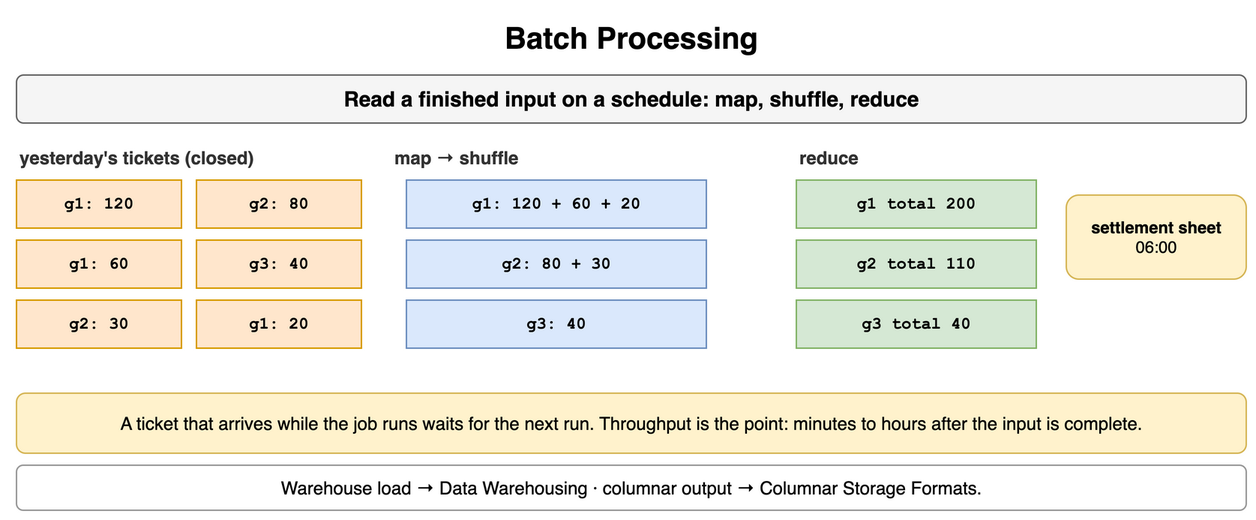
Above: content/09_System_Design_Interview/13_Storage_and_Data_Processing_at_Scale/diagrams/storage-processing-5-batch-processing.png in amendez13/swe-study-guide (draw.io), before the change. Source tidied: cells renumbered, new cells last; positions are measured from the earlier drawing's top-left corner, leaving out a move shared by most shapes. Its diagram source:
```xml
<mxGraphModel>
  <root>
    <mxCell id="0" />
    <mxCell id="1" parent="0" />
    <mxCell id="2" value="Batch Processing" style="text;html=1;align=center;verticalAlign=middle;whiteSpace=wrap;fontSize=20;fontStyle=1;" parent="1" vertex="1">
      <mxGeometry width="820" height="30" as="geometry" />
    </mxCell>
    <mxCell id="3" value="Read a finished input on a schedule: map, shuffle, reduce" style="rounded=1;whiteSpace=wrap;html=1;fillColor=#f5f5f5;strokeColor=#666666;fontStyle=1;fontSize=14;" parent="1" vertex="1">
      <mxGeometry y="40" width="820" height="32" as="geometry" />
    </mxCell>
    <mxCell id="4" value="yesterday's tickets (closed)" style="text;html=1;whiteSpace=wrap;fontSize=11;align=left;verticalAlign=middle;fontSize=12;fontColor=#333333;fontStyle=1;" parent="1" vertex="1">
      <mxGeometry y="86" width="240" height="18" as="geometry" />
    </mxCell>
    <mxCell id="5" value="g1: 120" style="rounded=0;whiteSpace=wrap;html=1;fontFamily=Courier New;fontStyle=1;fontSize=13;fillColor=#ffe6cc;strokeColor=#d79b00;fontSize=11;" parent="1" vertex="1">
      <mxGeometry y="110" width="110" height="32" as="geometry" />
    </mxCell>
    <mxCell id="6" value="g2: 80" style="rounded=0;whiteSpace=wrap;html=1;fontFamily=Courier New;fontStyle=1;fontSize=13;fillColor=#ffe6cc;strokeColor=#d79b00;fontSize=11;" parent="1" vertex="1">
      <mxGeometry x="120" y="110" width="110" height="32" as="geometry" />
    </mxCell>
    <mxCell id="7" value="g1: 60" style="rounded=0;whiteSpace=wrap;html=1;fontFamily=Courier New;fontStyle=1;fontSize=13;fillColor=#ffe6cc;strokeColor=#d79b00;fontSize=11;" parent="1" vertex="1">
      <mxGeometry y="150" width="110" height="32" as="geometry" />
    </mxCell>
    <mxCell id="8" value="g3: 40" style="rounded=0;whiteSpace=wrap;html=1;fontFamily=Courier New;fontStyle=1;fontSize=13;fillColor=#ffe6cc;strokeColor=#d79b00;fontSize=11;" parent="1" vertex="1">
      <mxGeometry x="120" y="150" width="110" height="32" as="geometry" />
    </mxCell>
    <mxCell id="9" value="g2: 30" style="rounded=0;whiteSpace=wrap;html=1;fontFamily=Courier New;fontStyle=1;fontSize=13;fillColor=#ffe6cc;strokeColor=#d79b00;fontSize=11;" parent="1" vertex="1">
      <mxGeometry y="190" width="110" height="32" as="geometry" />
    </mxCell>
    <mxCell id="10" value="g1: 20" style="rounded=0;whiteSpace=wrap;html=1;fontFamily=Courier New;fontStyle=1;fontSize=13;fillColor=#ffe6cc;strokeColor=#d79b00;fontSize=11;" parent="1" vertex="1">
      <mxGeometry x="120" y="190" width="110" height="32" as="geometry" />
    </mxCell>
    <mxCell id="11" value="map → shuffle" style="text;html=1;whiteSpace=wrap;fontSize=11;align=left;verticalAlign=middle;fontSize=12;fontColor=#333333;fontStyle=1;" parent="1" vertex="1">
      <mxGeometry x="250" y="86" width="200" height="18" as="geometry" />
    </mxCell>
    <mxCell id="12" value="g1: 120 + 60 + 20" style="rounded=0;whiteSpace=wrap;html=1;fontFamily=Courier New;fontStyle=1;fontSize=13;fillColor=#dae8fc;strokeColor=#6c8ebf;fontSize=11;" parent="1" vertex="1">
      <mxGeometry x="260" y="110" width="200" height="32" as="geometry" />
    </mxCell>
    <mxCell id="13" value="g1 total 200" style="rounded=0;whiteSpace=wrap;html=1;fontFamily=Courier New;fontStyle=1;fontSize=13;fillColor=#d5e8d4;strokeColor=#82b366;fontSize=11;" parent="1" vertex="1">
      <mxGeometry x="520" y="110" width="160" height="32" as="geometry" />
    </mxCell>
    <mxCell id="14" value="g2: 80 + 30" style="rounded=0;whiteSpace=wrap;html=1;fontFamily=Courier New;fontStyle=1;fontSize=13;fillColor=#dae8fc;strokeColor=#6c8ebf;fontSize=11;" parent="1" vertex="1">
      <mxGeometry x="260" y="150" width="200" height="32" as="geometry" />
    </mxCell>
    <mxCell id="15" value="g2 total 110" style="rounded=0;whiteSpace=wrap;html=1;fontFamily=Courier New;fontStyle=1;fontSize=13;fillColor=#d5e8d4;strokeColor=#82b366;fontSize=11;" parent="1" vertex="1">
      <mxGeometry x="520" y="150" width="160" height="32" as="geometry" />
    </mxCell>
    <mxCell id="16" value="g3: 40" style="rounded=0;whiteSpace=wrap;html=1;fontFamily=Courier New;fontStyle=1;fontSize=13;fillColor=#dae8fc;strokeColor=#6c8ebf;fontSize=11;" parent="1" vertex="1">
      <mxGeometry x="260" y="190" width="200" height="32" as="geometry" />
    </mxCell>
    <mxCell id="17" value="g3 total 40" style="rounded=0;whiteSpace=wrap;html=1;fontFamily=Courier New;fontStyle=1;fontSize=13;fillColor=#d5e8d4;strokeColor=#82b366;fontSize=11;" parent="1" vertex="1">
      <mxGeometry x="520" y="190" width="160" height="32" as="geometry" />
    </mxCell>
    <mxCell id="18" value="reduce" style="text;html=1;whiteSpace=wrap;fontSize=11;align=left;verticalAlign=middle;fontSize=12;fontColor=#333333;fontStyle=1;" parent="1" vertex="1">
      <mxGeometry x="520" y="86" width="160" height="18" as="geometry" />
    </mxCell>
    <mxCell id="19" value="settlement sheet&lt;br&gt;&lt;span style='font-weight:normal'&gt;06:00&lt;/span&gt;" style="rounded=1;whiteSpace=wrap;html=1;fillColor=#fff2cc;strokeColor=#d6b656;fontSize=11;align=center;fontStyle=1;" parent="1" vertex="1">
      <mxGeometry x="700" y="120" width="120" height="56" as="geometry" />
    </mxCell>
    <mxCell id="20" value="A ticket that arrives while the job runs waits for the next run. Throughput is the point: minutes to hours after the input is complete." style="rounded=1;whiteSpace=wrap;html=1;fillColor=#fff2cc;strokeColor=#d6b656;fontSize=12;align=center;" parent="1" vertex="1">
      <mxGeometry y="252" width="820" height="40" as="geometry" />
    </mxCell>
    <mxCell id="21" value="Warehouse load → Data Warehousing · columnar output → Columnar Storage Formats." style="rounded=1;whiteSpace=wrap;html=1;fillColor=#ffffff;strokeColor=#999999;fontSize=12;align=center;" parent="1" vertex="1">
      <mxGeometry y="300" width="820" height="30" as="geometry" />
    </mxCell>
  </root>
</mxGraphModel>
```
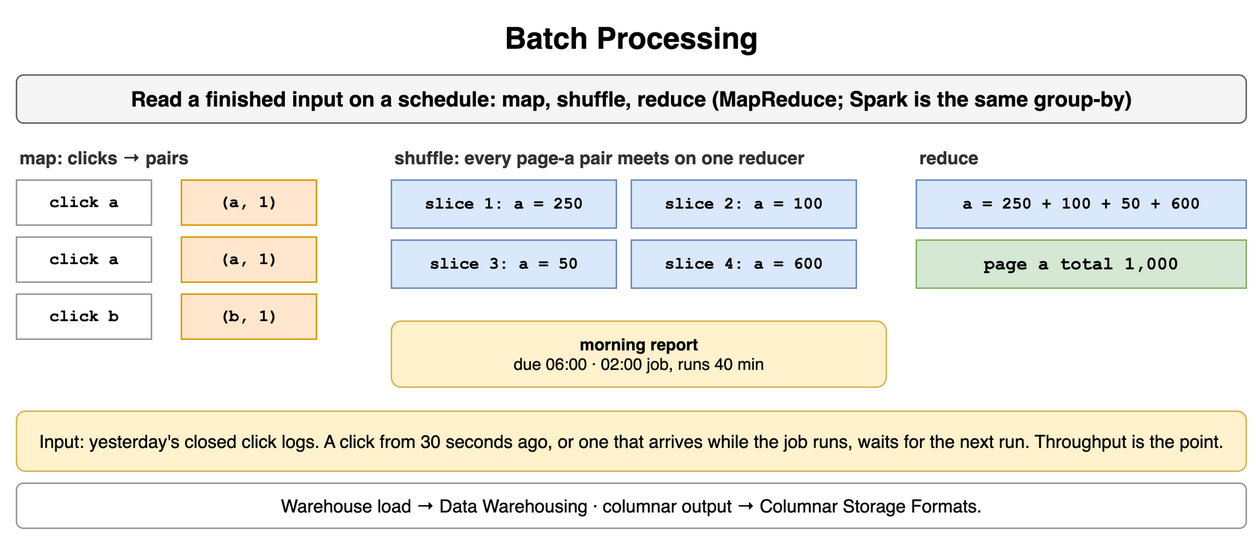
The same diagram one commit later.

The edit, as a diff of the source:
```diff
@@ -5,62 +5,62 @@
     <mxCell id="2" value="Batch Processing" style="text;html=1;align=center;verticalAlign=middle;whiteSpace=wrap;fontSize=20;fontStyle=1;" parent="1" vertex="1">
       <mxGeometry width="820" height="30" as="geometry" />
     </mxCell>
-    <mxCell id="3" value="Read a finished input on a schedule: map, shuffle, reduce" style="rounded=1;whiteSpace=wrap;html=1;fillColor=#f5f5f5;strokeColor=#666666;fontStyle=1;fontSize=14;" parent="1" vertex="1">
+    <mxCell id="3" value="Read a finished input on a schedule: map, shuffle, reduce (MapReduce; Spark is the same group-by)" style="rounded=1;whiteSpace=wrap;html=1;fillColor=#f5f5f5;strokeColor=#666666;fontStyle=1;fontSize=14;" parent="1" vertex="1">
       <mxGeometry y="40" width="820" height="32" as="geometry" />
     </mxCell>
-    <mxCell id="4" value="yesterday's tickets (closed)" style="text;html=1;whiteSpace=wrap;fontSize=11;align=left;verticalAlign=middle;fontSize=12;fontColor=#333333;fontStyle=1;" parent="1" vertex="1">
+    <mxCell id="4" value="map: clicks → pairs" style="text;html=1;whiteSpace=wrap;fontSize=11;align=left;verticalAlign=middle;fontSize=12;fontColor=#333333;fontStyle=1;" parent="1" vertex="1">
       <mxGeometry y="86" width="240" height="18" as="geometry" />
     </mxCell>
-    <mxCell id="5" value="g1: 120" style="rounded=0;whiteSpace=wrap;html=1;fontFamily=Courier New;fontStyle=1;fontSize=13;fillColor=#ffe6cc;strokeColor=#d79b00;fontSize=11;" parent="1" vertex="1">
-      <mxGeometry y="110" width="110" height="32" as="geometry" />
+    <mxCell id="5" value="click a" style="rounded=0;whiteSpace=wrap;html=1;fontFamily=Courier New;fontStyle=1;fontSize=13;fillColor=#ffffff;strokeColor=#999999;fontSize=11;" parent="1" vertex="1">
+      <mxGeometry y="110" width="90" height="30" as="geometry" />
     </mxCell>
-    <mxCell id="6" value="g2: 80" style="rounded=0;whiteSpace=wrap;html=1;fontFamily=Courier New;fontStyle=1;fontSize=13;fillColor=#ffe6cc;strokeColor=#d79b00;fontSize=11;" parent="1" vertex="1">
-      <mxGeometry x="120" y="110" width="110" height="32" as="geometry" />
+    <mxCell id="6" value="(a, 1)" style="rounded=0;whiteSpace=wrap;html=1;fontFamily=Courier New;fontStyle=1;fontSize=13;fillColor=#ffe6cc;strokeColor=#d79b00;fontSize=11;" parent="1" vertex="1">
+      <mxGeometry x="110" y="110" width="90" height="30" as="geometry" />
     </mxCell>
-    <mxCell id="7" value="g1: 60" style="rounded=0;whiteSpace=wrap;html=1;fontFamily=Courier New;fontStyle=1;fontSize=13;fillColor=#ffe6cc;strokeColor=#d79b00;fontSize=11;" parent="1" vertex="1">
-      <mxGeometry y="150" width="110" height="32" as="geometry" />
+    <mxCell id="7" value="click a" style="rounded=0;whiteSpace=wrap;html=1;fontFamily=Courier New;fontStyle=1;fontSize=13;fillColor=#ffffff;strokeColor=#999999;fontSize=11;" parent="1" vertex="1">
+      <mxGeometry y="148" width="90" height="30" as="geometry" />
     </mxCell>
-    <mxCell id="8" value="g3: 40" style="rounded=0;whiteSpace=wrap;html=1;fontFamily=Courier New;fontStyle=1;fontSize=13;fillColor=#ffe6cc;strokeColor=#d79b00;fontSize=11;" parent="1" vertex="1">
-      <mxGeometry x="120" y="150" width="110" height="32" as="geometry" />
+    <mxCell id="8" value="(a, 1)" style="rounded=0;whiteSpace=wrap;html=1;fontFamily=Courier New;fontStyle=1;fontSize=13;fillColor=#ffe6cc;strokeColor=#d79b00;fontSize=11;" parent="1" vertex="1">
+      <mxGeometry x="110" y="148" width="90" height="30" as="geometry" />
     </mxCell>
-    <mxCell id="9" value="g2: 30" style="rounded=0;whiteSpace=wrap;html=1;fontFamily=Courier New;fontStyle=1;fontSize=13;fillColor=#ffe6cc;strokeColor=#d79b00;fontSize=11;" parent="1" vertex="1">
-      <mxGeometry y="190" width="110" height="32" as="geometry" />
+    <mxCell id="9" value="click b" style="rounded=0;whiteSpace=wrap;html=1;fontFamily=Courier New;fontStyle=1;fontSize=13;fillColor=#ffffff;strokeColor=#999999;fontSize=11;" parent="1" vertex="1">
+      <mxGeometry y="186" width="90" height="30" as="geometry" />
     </mxCell>
-    <mxCell id="10" value="g1: 20" style="rounded=0;whiteSpace=wrap;html=1;fontFamily=Courier New;fontStyle=1;fontSize=13;fillColor=#ffe6cc;strokeColor=#d79b00;fontSize=11;" parent="1" vertex="1">
-      <mxGeometry x="120" y="190" width="110" height="32" as="geometry" />
+    <mxCell id="10" value="(b, 1)" style="rounded=0;whiteSpace=wrap;html=1;fontFamily=Courier New;fontStyle=1;fontSize=13;fillColor=#ffe6cc;strokeColor=#d79b00;fontSize=11;" parent="1" vertex="1">
+      <mxGeometry x="110" y="186" width="90" height="30" as="geometry" />
     </mxCell>
-    <mxCell id="11" value="map → shuffle" style="text;html=1;whiteSpace=wrap;fontSize=11;align=left;verticalAlign=middle;fontSize=12;fontColor=#333333;fontStyle=1;" parent="1" vertex="1">
-      <mxGeometry x="250" y="86" width="200" height="18" as="geometry" />
+    <mxCell id="11" value="shuffle: every page-a pair meets on one reducer" style="text;html=1;whiteSpace=wrap;fontSize=11;align=left;verticalAlign=middle;fontSize=12;fontColor=#333333;fontStyle=1;" parent="1" vertex="1">
+      <mxGeometry x="250" y="86" width="330" height="18" as="geometry" />
     </mxCell>
-    <mxCell id="12" value="g1: 120 + 60 + 20" style="rounded=0;whiteSpace=wrap;html=1;fontFamily=Courier New;fontStyle=1;fontSize=13;fillColor=#dae8fc;strokeColor=#6c8ebf;fontSize=11;" parent="1" vertex="1">
-      <mxGeometry x="260" y="110" width="200" height="32" as="geometry" />
+    <mxCell id="12" value="slice 1: a = 250" style="rounded=0;whiteSpace=wrap;html=1;fontFamily=Courier New;fontStyle=1;fontSize=13;fillColor=#dae8fc;strokeColor=#6c8ebf;fontSize=11;" parent="1" vertex="1">
+      <mxGeometry x="250" y="110" width="150" height="32" as="geometry" />
     </mxCell>
-    <mxCell id="13" value="g1 total 200" style="rounded=0;whiteSpace=wrap;html=1;fontFamily=Courier New;fontStyle=1;fontSize=13;fillColor=#d5e8d4;strokeColor=#82b366;fontSize=11;" parent="1" vertex="1">
-      <mxGeometry x="520" y="110" width="160" height="32" as="geometry" />
+    <mxCell id="13" value="slice 2: a = 100" style="rounded=0;whiteSpace=wrap;html=1;fontFamily=Courier New;fontStyle=1;fontSize=13;fillColor=#dae8fc;strokeColor=#6c8ebf;fontSize=11;" parent="1" vertex="1">
+      <mxGeometry x="410" y="110" width="150" height="32" as="geometry" />
     </mxCell>
-    <mxCell id="14" value="g2: 80 + 30" style="rounded=0;whiteSpace=wrap;html=1;fontFamily=Courier New;fontStyle=1;fontSize=13;fillColor=#dae8fc;strokeColor=#6c8ebf;fontSize=11;" parent="1" vertex="1">
-      <mxGeometry x="260" y="150" width="200" height="32" as="geometry" />
+    <mxCell id="14" value="slice 3: a = 50" style="rounded=0;whiteSpace=wrap;html=1;fontFamily=Courier New;fontStyle=1;fontSize=13;fillColor=#dae8fc;strokeColor=#6c8ebf;fontSize=11;" parent="1" vertex="1">
+      <mxGeometry x="250" y="150" width="150" height="32" as="geometry" />
     </mxCell>
-    <mxCell id="15" value="g2 total 110" style="rounded=0;whiteSpace=wrap;html=1;fontFamily=Courier New;fontStyle=1;fontSize=13;fillColor=#d5e8d4;strokeColor=#82b366;fontSize=11;" parent="1" vertex="1">
-      <mxGeometry x="520" y="150" width="160" height="32" as="geometry" />
+    <mxCell id="15" value="slice 4: a = 600" style="rounded=0;whiteSpace=wrap;html=1;fontFamily=Courier New;fontStyle=1;fontSize=13;fillColor=#dae8fc;strokeColor=#6c8ebf;fontSize=11;" parent="1" vertex="1">
+      <mxGeometry x="410" y="150" width="150" height="32" as="geometry" />
     </mxCell>
-    <mxCell id="16" value="g3: 40" style="rounded=0;whiteSpace=wrap;html=1;fontFamily=Courier New;fontStyle=1;fontSize=13;fillColor=#dae8fc;strokeColor=#6c8ebf;fontSize=11;" parent="1" vertex="1">
-      <mxGeometry x="260" y="190" width="200" height="32" as="geometry" />
+    <mxCell id="16" value="reduce" style="text;html=1;whiteSpace=wrap;fontSize=11;align=left;verticalAlign=middle;fontSize=12;fontColor=#333333;fontStyle=1;" parent="1" vertex="1">
+      <mxGeometry x="600" y="86" width="200" height="18" as="geometry" />
     </mxCell>
-    <mxCell id="17" value="g3 total 40" style="rounded=0;whiteSpace=wrap;html=1;fontFamily=Courier New;fontStyle=1;fontSize=13;fillColor=#d5e8d4;strokeColor=#82b366;fontSize=11;" parent="1" vertex="1">
-      <mxGeometry x="520" y="190" width="160" height="32" as="geometry" />
+    <mxCell id="17" value="a = 250 + 100 + 50 + 600" style="rounded=0;whiteSpace=wrap;html=1;fontFamily=Courier New;fontStyle=1;fontSize=13;fillColor=#dae8fc;strokeColor=#6c8ebf;fontSize=11;" parent="1" vertex="1">
+      <mxGeometry x="600" y="110" width="220" height="32" as="geometry" />
     </mxCell>
-    <mxCell id="18" value="reduce" style="text;html=1;whiteSpace=wrap;fontSize=11;align=left;verticalAlign=middle;fontSize=12;fontColor=#333333;fontStyle=1;" parent="1" vertex="1">
-      <mxGeometry x="520" y="86" width="160" height="18" as="geometry" />
+    <mxCell id="18" value="page a total 1,000" style="rounded=0;whiteSpace=wrap;html=1;fontFamily=Courier New;fontStyle=1;fontSize=13;fillColor=#d5e8d4;strokeColor=#82b366;fontSize=12;" parent="1" vertex="1">
+      <mxGeometry x="600" y="150" width="220" height="32" as="geometry" />
     </mxCell>
-    <mxCell id="19" value="settlement sheet&lt;br&gt;&lt;span style='font-weight:normal'&gt;06:00&lt;/span&gt;" style="rounded=1;whiteSpace=wrap;html=1;fillColor=#fff2cc;strokeColor=#d6b656;fontSize=11;align=center;fontStyle=1;" parent="1" vertex="1">
-      <mxGeometry x="700" y="120" width="120" height="56" as="geometry" />
+    <mxCell id="19" value="morning report&lt;br&gt;&lt;span style='font-weight:normal'&gt;due 06:00 · 02:00 job, runs 40 min&lt;/span&gt;" style="rounded=1;whiteSpace=wrap;html=1;fillColor=#fff2cc;strokeColor=#d6b656;fontSize=11;align=center;fontStyle=1;" parent="1" vertex="1">
+      <mxGeometry x="250" y="204" width="330" height="44" as="geometry" />
     </mxCell>
-    <mxCell id="20" value="A ticket that arrives while the job runs waits for the next run. Throughput is the point: minutes to hours after the input is complete." style="rounded=1;whiteSpace=wrap;html=1;fillColor=#fff2cc;strokeColor=#d6b656;fontSize=12;align=center;" parent="1" vertex="1">
-      <mxGeometry y="252" width="820" height="40" as="geometry" />
+    <mxCell id="20" value="Input: yesterday's closed click logs. A click from 30 seconds ago, or one that arrives while the job runs, waits for the next run. Throughput is the point." style="rounded=1;whiteSpace=wrap;html=1;fillColor=#fff2cc;strokeColor=#d6b656;fontSize=12;align=center;" parent="1" vertex="1">
+      <mxGeometry y="264" width="820" height="40" as="geometry" />
     </mxCell>
     <mxCell id="21" value="Warehouse load → Data Warehousing · columnar output → Columnar Storage Formats." style="rounded=1;whiteSpace=wrap;html=1;fillColor=#ffffff;strokeColor=#999999;fontSize=12;align=center;" parent="1" vertex="1">
-      <mxGeometry y="300" width="820" height="30" as="geometry" />
+      <mxGeometry y="312" width="820" height="30" as="geometry" />
     </mxCell>
   </root>
 </mxGraphModel>
```
